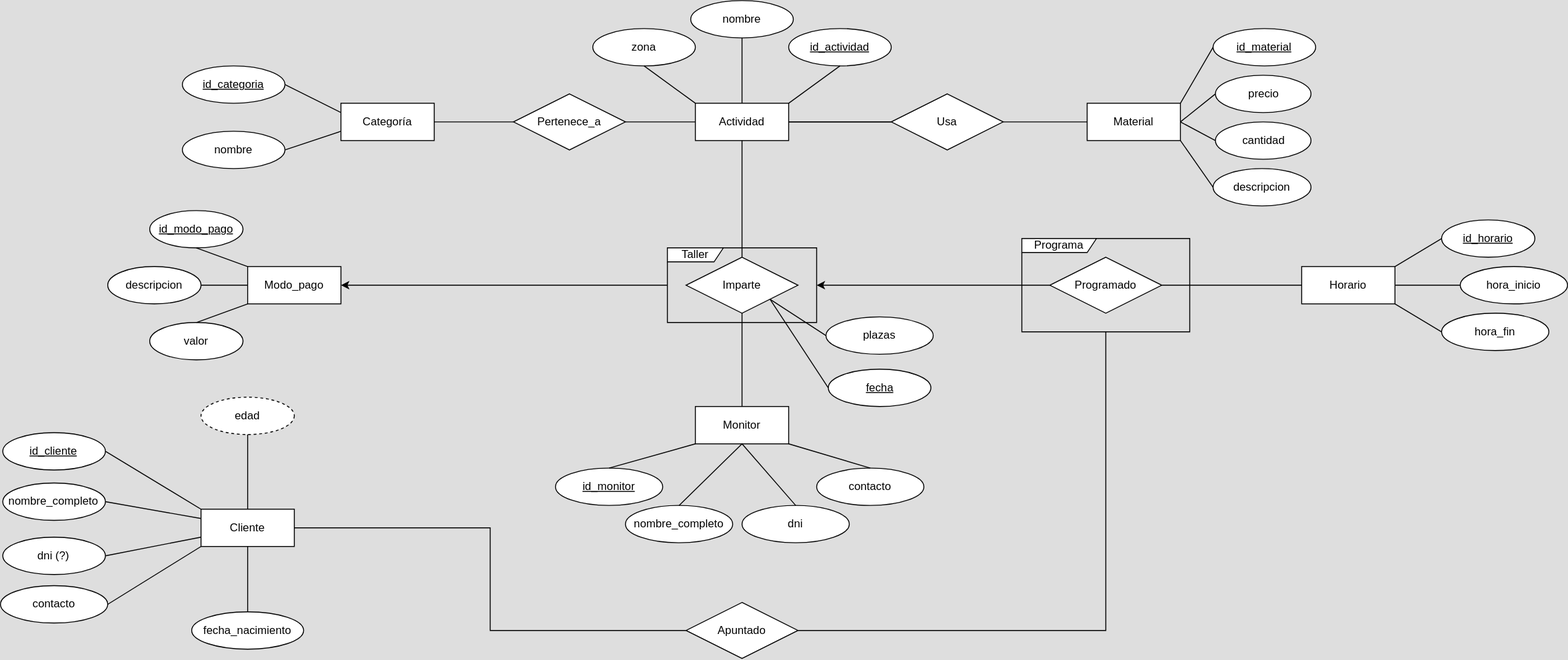
This is docs/modelos/bdatos/bdatos.svg from SmallDreamDev/small-dream-servidor, a draw.io export, as it was before one commit. Source tidied: cells renumbered, new cells last; positions are measured from the earlier drawing's top-left corner, leaving out a move shared by most shapes.
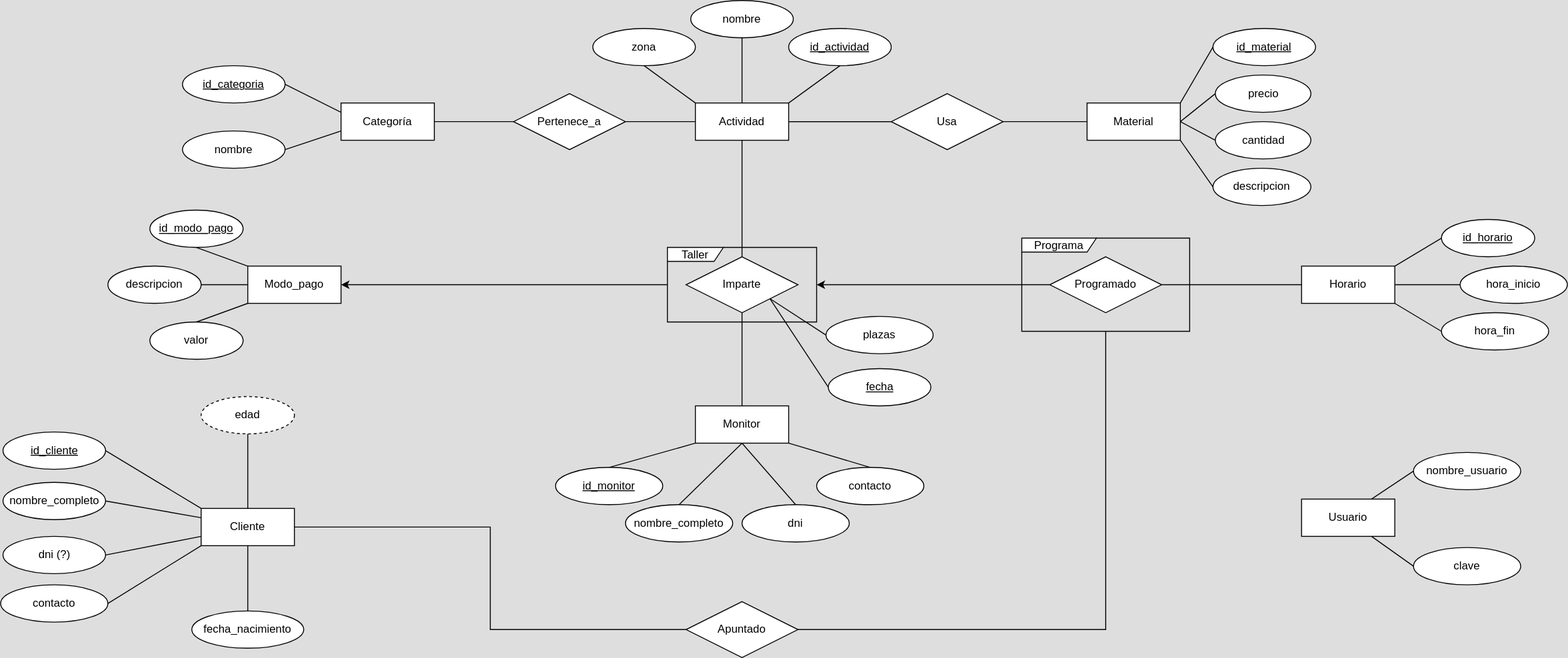
Later version of the same file.

Diff of the diagram source:
```diff
@@ -248,5 +248,20 @@
     <mxCell id="82" style="endArrow=none;html=1;rounded=0;exitX=1;exitY=1;exitDx=0;exitDy=0;entryX=0;entryY=0.5;entryDx=0;entryDy=0;" parent="1" edge="1" source="6" target="81">
       <mxGeometry relative="1" as="geometry" />
     </mxCell>
+    <mxCell id="83" value="Usuario" style="whiteSpace=wrap;html=1;align=center;" parent="1" vertex="1">
+      <mxGeometry x="1395" y="535" width="100" height="40" as="geometry" />
+    </mxCell>
+    <mxCell id="84" value="nombre_usuario" style="ellipse;whiteSpace=wrap;html=1;align=center;" parent="1" vertex="1">
+      <mxGeometry x="1515" y="485" width="115" height="40" as="geometry" />
+    </mxCell>
+    <mxCell id="85" value="clave" style="ellipse;whiteSpace=wrap;html=1;align=center;" parent="1" vertex="1">
+      <mxGeometry x="1515" y="587" width="115" height="40" as="geometry" />
+    </mxCell>
+    <mxCell id="86" style="endArrow=none;html=1;rounded=0;entryX=0.75;entryY=0;entryDx=0;entryDy=0;exitX=0;exitY=0.5;exitDx=0;exitDy=0;" parent="1" edge="1" source="84" target="83">
+      <mxGeometry relative="1" as="geometry" />
+    </mxCell>
+    <mxCell id="87" style="endArrow=none;html=1;rounded=0;entryX=0.75;entryY=1;entryDx=0;entryDy=0;exitX=0;exitY=0.5;exitDx=0;exitDy=0;" parent="1" edge="1" source="85" target="83">
+      <mxGeometry relative="1" as="geometry" />
+    </mxCell>
   </root>
 </mxGraphModel>
```
